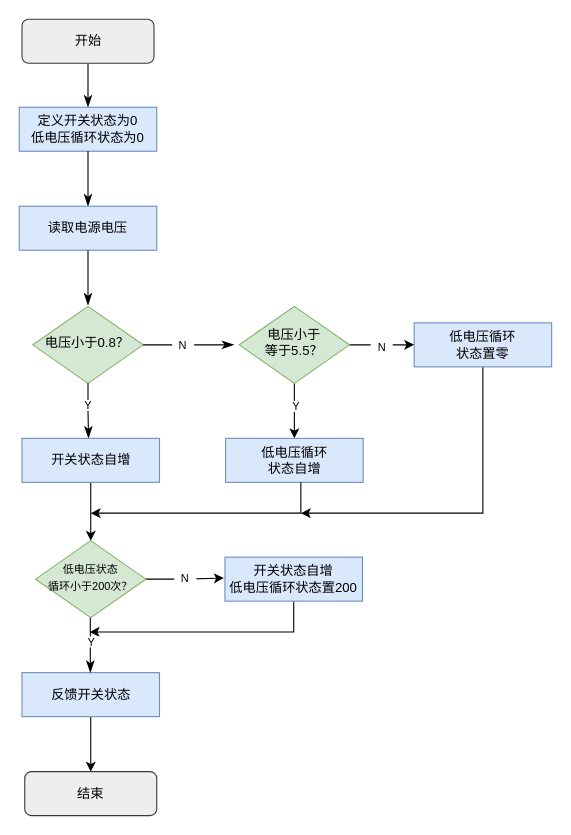
The draw.io diagram 舵机开关控制器.drawio in KAZAMA-DREAM/picture, before the edit. Source tidied: cells renumbered, new cells numbered last; positions are measured from the earlier drawing's top-left corner, leaving out a move shared by most shapes. Both pictures are drawn from the tidied source at 110%, with x=0, y=0 at pixel (19, 19).
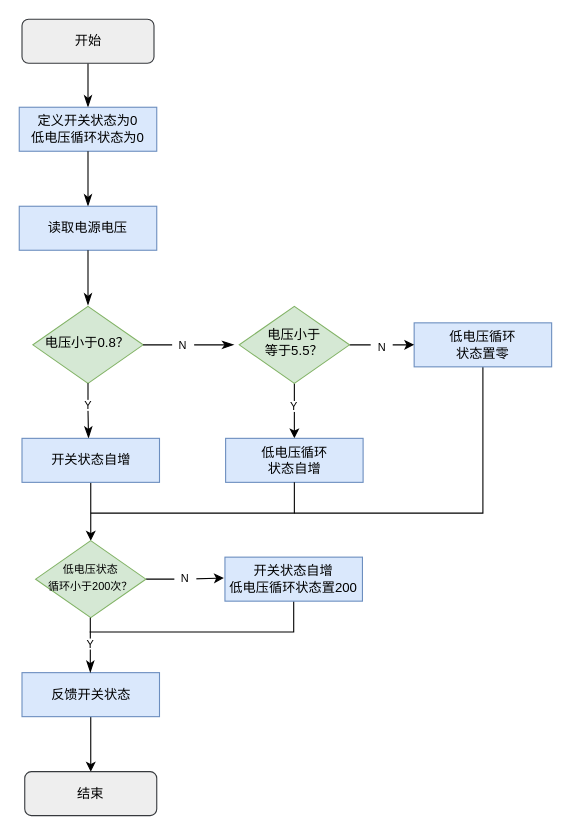
Above is the later version.

Commit message:
更新舵机开关控制器.drawio

Unchanged cells that the change refers to:
```xml
<mxCell id="9" value="开关状态自增&lt;br&gt;低电压循环状态置200" style="rounded=0;whiteSpace=wrap;html=1;fillColor=#dae8fc;strokeColor=#6c8ebf;" parent="1" vertex="1">
  <mxGeometry x="187" y="489" width="125" height="40" as="geometry" />
</mxCell>
<mxCell id="24" value="低电压循环&lt;br style=&quot;border-color: var(--border-color);&quot;&gt;状态置零" style="rounded=0;whiteSpace=wrap;html=1;fillColor=#dae8fc;strokeColor=#6c8ebf;" parent="1" vertex="1">
  <mxGeometry x="359" y="276" width="125" height="40" as="geometry" />
</mxCell>
<mxCell id="29" value="低电压循环&lt;br&gt;状态自增" style="rounded=0;whiteSpace=wrap;html=1;fillColor=#dae8fc;strokeColor=#6c8ebf;" parent="1" vertex="1">
  <mxGeometry x="187.6" y="381" width="125" height="40" as="geometry" />
</mxCell>
```

What changed in the source:
```diff
@@
-    <mxCell id="8" style="edgeStyle=orthogonalEdgeStyle;rounded=0;jettySize=auto;html=1;" parent="1" edge="1" source="9">
+    <mxCell id="8" style="edgeStyle=orthogonalEdgeStyle;rounded=0;jettySize=auto;html=1;endArrow=none;endFill=0;" parent="1" edge="1" source="9">
       <mxGeometry relative="1" as="geometry">
         <mxPoint x="64" y="557" as="targetPoint" />
         <Array as="points">
           <mxPoint x="249" y="557" />
         </Array>
       </mxGeometry>
     </mxCell>
@@
-    <mxCell id="23" style="edgeStyle=orthogonalEdgeStyle;rounded=0;jettySize=auto;html=1;exitX=0.5;exitY=1;exitDx=0;exitDy=0;" parent="1" edge="1" source="24">
+    <mxCell id="23" style="edgeStyle=orthogonalEdgeStyle;rounded=0;jettySize=auto;html=1;exitX=0.5;exitY=1;exitDx=0;exitDy=0;endArrow=none;endFill=0;" parent="1" edge="1" source="24">
       <mxGeometry relative="1" as="geometry">
-        <mxPoint x="256" y="449" as="targetPoint" />
+        <mxPoint x="250" y="449" as="targetPoint" />
         <Array as="points">
           <mxPoint x="422" y="449" />
         </Array>
       </mxGeometry>
     </mxCell>
@@
     <mxCell id="30" value="&lt;font style=&quot;font-size: 10px;&quot;&gt;Y&lt;/font&gt;" style="text;html=1;strokeColor=none;fillColor=default;align=center;verticalAlign=middle;whiteSpace=wrap;rounded=0;" parent="1" vertex="1">
-      <mxGeometry x="241.8" y="347" width="20" height="10" as="geometry" />
+      <mxGeometry x="239.8" y="347" width="20" height="10" as="geometry" />
     </mxCell>
-    <mxCell id="31" style="edgeStyle=orthogonalEdgeStyle;rounded=0;orthogonalLoop=1;jettySize=auto;html=1;exitX=0.547;exitY=1.054;exitDx=0;exitDy=0;exitPerimeter=0;" parent="1" edge="1">
+    <mxCell id="31" style="edgeStyle=orthogonalEdgeStyle;rounded=0;jettySize=auto;html=1;exitX=0.5;exitY=1;exitDx=0;exitDy=0;endArrow=none;endFill=0;" parent="1" edge="1" source="29">
       <mxGeometry relative="1" as="geometry">
-        <mxPoint x="256" y="421" as="sourcePoint" />
         <mxPoint x="65" y="449" as="targetPoint" />
         <Array as="points">
-          <mxPoint x="256" y="448.8" />
+          <mxPoint x="250" y="449" />
         </Array>
       </mxGeometry>
     </mxCell>
     <mxCell id="32" value="&lt;font style=&quot;font-size: 10px;&quot;&gt;Y&lt;/font&gt;" style="text;html=1;strokeColor=none;fillColor=default;align=center;verticalAlign=middle;whiteSpace=wrap;rounded=0;" parent="1" vertex="1">
-      <mxGeometry x="56" y="561" width="20" height="10" as="geometry" />
+      <mxGeometry x="55" y="563" width="20" height="10" as="geometry" />
     </mxCell>
```
